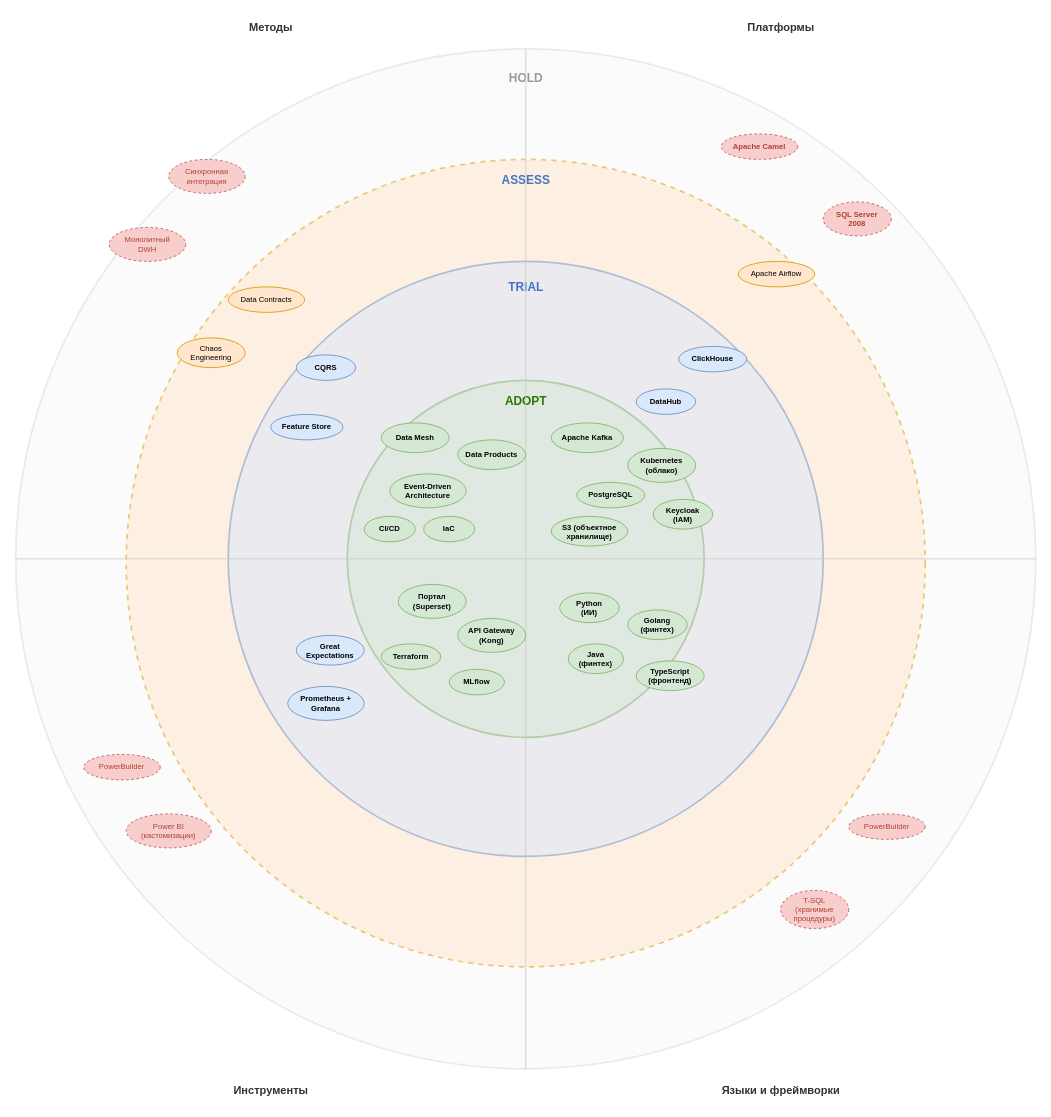
The draw.io diagram Task3/tech_radar.drawio in Ram2ES/architecture-future_2_0, before the edit. Source tidied: cells renumbered, new cells numbered last; positions are measured from the earlier drawing's top-left corner, leaving out a move shared by most shapes. Both pictures are drawn from the tidied source at 85%, with x=0, y=0 at pixel (15, 14).
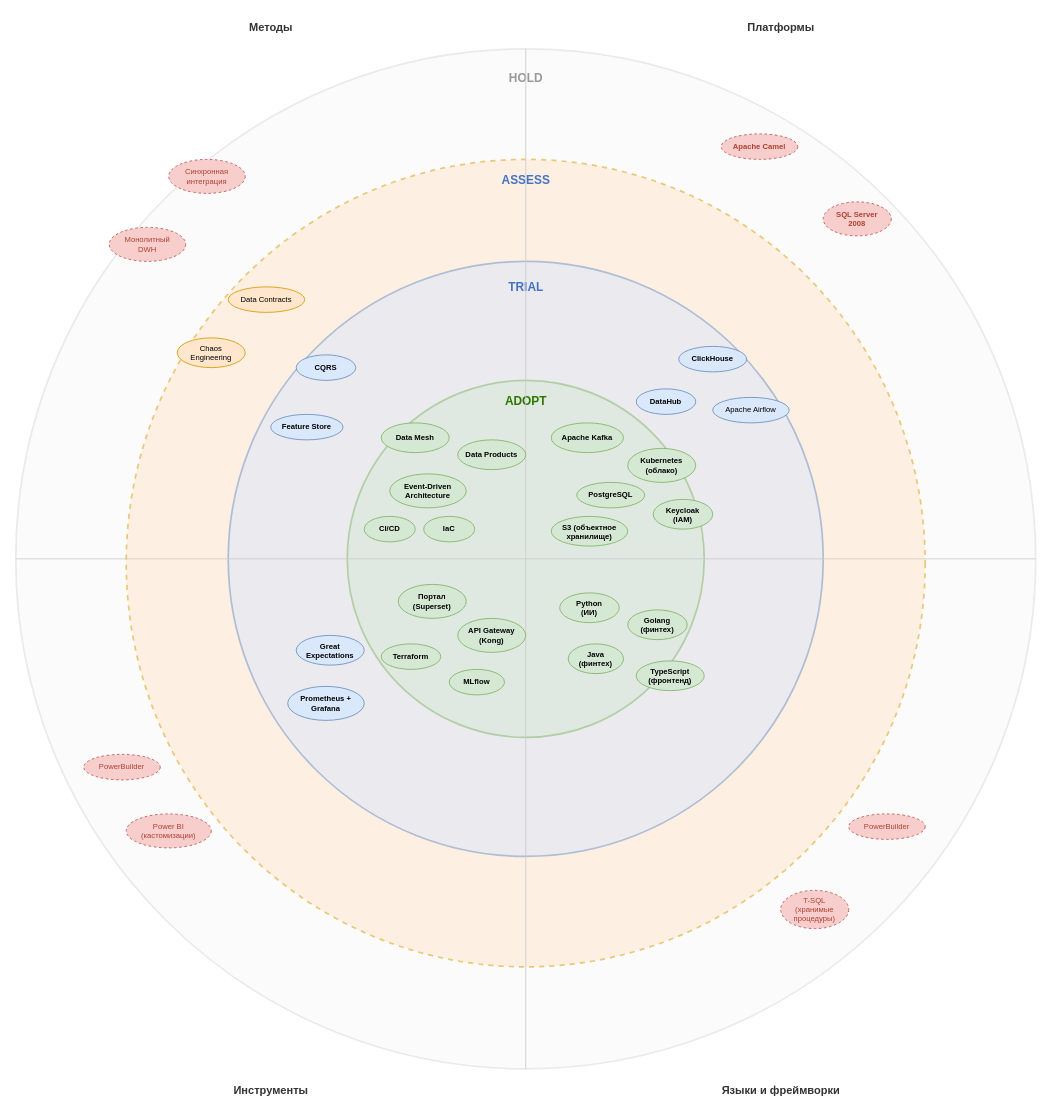
The same page after the edit.

Commit message (it also covers changes not shown here):
Добавлен Airflow для ETL

Change to the diagram source:
```diff
@@
-    <mxCell id="34" value="Apache Airflow" style="ellipse;whiteSpace=wrap;html=1;fillColor=#ffe6cc;strokeColor=#d79b00;fontSize=9;" parent="1" vertex="1">
-      <mxGeometry x="850" y="290" width="90" height="30" as="geometry" />
+    <mxCell id="34" value="Apache Airflow" style="ellipse;whiteSpace=wrap;html=1;fillColor=#dae8fc;strokeColor=#6c8ebf;fontSize=9;" parent="1" vertex="1">
+      <mxGeometry x="820" y="450" width="90" height="30" as="geometry" />
     </mxCell>
```
